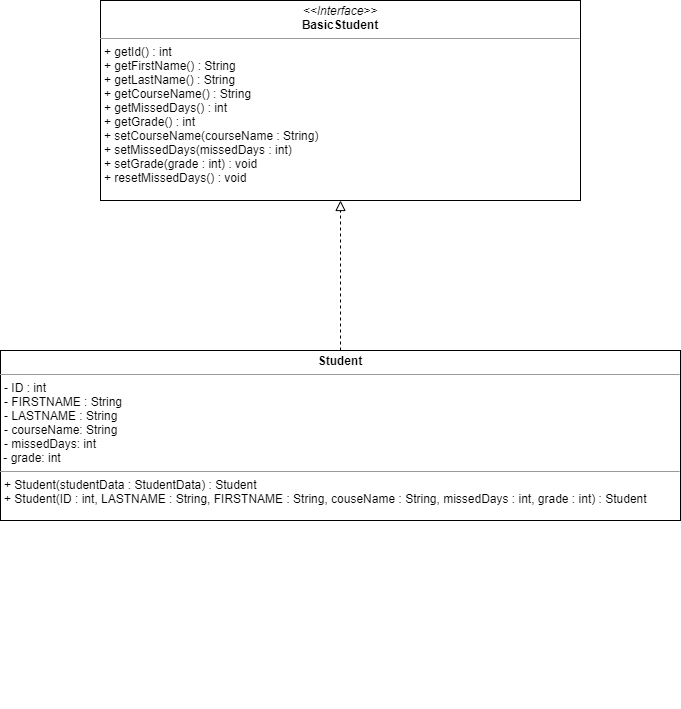
Before: Materialien/Vorbereitende Arbeiten/Modelle/UML_diagram.png, a diagram exported from draw.io (lorenzo381/ATdIT-Gruppe_3). Source tidied: cells renumbered, new cells last; positions are measured from the earlier drawing's top-left corner, leaving out a move shared by most shapes.
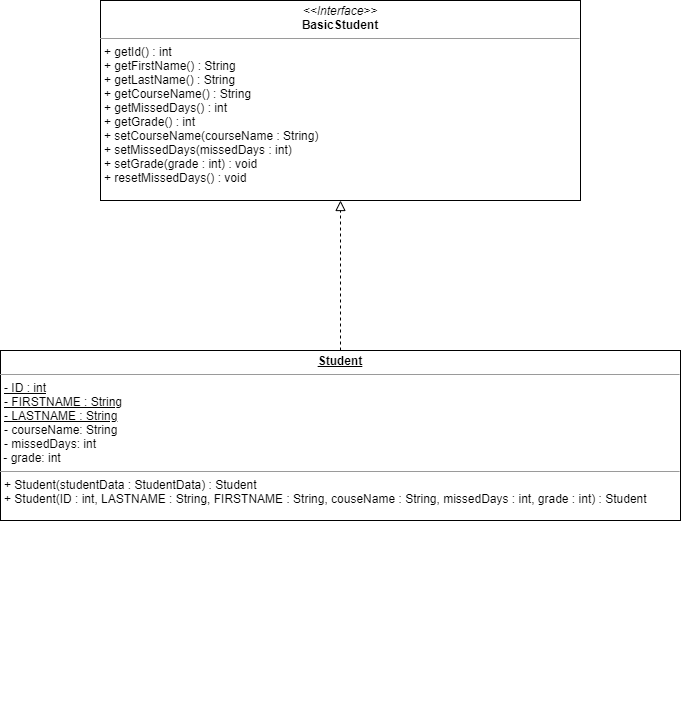
The same diagram one commit later.

The edit, as a diff of the source:
```diff
@@ -5,7 +5,7 @@
     <mxCell id="2" value="&lt;p style=&quot;margin: 0px ; margin-top: 4px ; text-align: center&quot;&gt;&lt;i&gt;&amp;lt;&amp;lt;Interface&amp;gt;&amp;gt;&lt;/i&gt;&lt;br&gt;&lt;b&gt;BasicStudent&lt;/b&gt;&lt;/p&gt;&lt;hr size=&quot;1&quot;&gt;&lt;p style=&quot;margin: 0px ; margin-left: 4px&quot;&gt;+ getId() : int&lt;br&gt;+ getFirstName() : String&lt;/p&gt;&lt;p style=&quot;margin: 0px ; margin-left: 4px&quot;&gt;+ getLastName() : String&lt;/p&gt;&lt;p style=&quot;margin: 0px ; margin-left: 4px&quot;&gt;+ getCourseName() : String&lt;br&gt;&lt;/p&gt;&lt;p style=&quot;margin: 0px ; margin-left: 4px&quot;&gt;+ getMissedDays() : int&lt;/p&gt;&lt;p style=&quot;margin: 0px ; margin-left: 4px&quot;&gt;+ getGrade() : int&lt;/p&gt;&lt;p style=&quot;margin: 0px ; margin-left: 4px&quot;&gt;+ setCourseName(courseName : String)&lt;/p&gt;&lt;p style=&quot;margin: 0px ; margin-left: 4px&quot;&gt;+ setMissedDays(missedDays : int)&lt;/p&gt;&lt;p style=&quot;margin: 0px ; margin-left: 4px&quot;&gt;+ setGrade(grade : int) : void&lt;/p&gt;&lt;p style=&quot;margin: 0px ; margin-left: 4px&quot;&gt;+ resetMissedDays() : void&lt;/p&gt;&lt;p style=&quot;margin: 0px ; margin-left: 4px&quot;&gt;&lt;br&gt;&lt;/p&gt;" style="verticalAlign=top;align=left;overflow=fill;fontSize=12;fontFamily=Helvetica;html=1;rounded=0;shadow=0;comic=0;labelBackgroundColor=none;strokeWidth=1;" parent="1" vertex="1">
       <mxGeometry x="100" width="480" height="200" as="geometry" />
     </mxCell>
-    <mxCell id="3" value="&lt;p style=&quot;margin: 0px ; margin-top: 4px ; text-align: center&quot;&gt;&lt;b&gt;Student&lt;/b&gt;&lt;/p&gt;&lt;hr size=&quot;1&quot;&gt;&lt;p style=&quot;margin: 0px ; margin-left: 4px&quot;&gt;- ID : int&lt;br&gt;- FIRSTNAME : String&lt;br&gt;&lt;/p&gt;&lt;p style=&quot;margin: 0px 0px 0px 4px&quot;&gt;- LASTNAME : String&lt;br&gt;&lt;/p&gt;&lt;p style=&quot;margin: 0px 0px 0px 4px&quot;&gt;- courseName: String&lt;br&gt;&lt;/p&gt;&lt;p style=&quot;margin: 0px 0px 0px 4px&quot;&gt;- missedDays: int&lt;br&gt;&lt;/p&gt;&lt;div&gt;&amp;nbsp;- grade: int&lt;br&gt;&lt;/div&gt;&lt;hr size=&quot;1&quot;&gt;&lt;p style=&quot;margin: 0px ; margin-left: 4px&quot;&gt;+ Student(studentData : StudentData) : Student&lt;br&gt;&lt;/p&gt;&lt;p style=&quot;margin: 0px ; margin-left: 4px&quot;&gt;+ Student(ID : int, LASTNAME : String, FIRSTNAME : String, couseName : String, missedDays : int, grade : int) : Student&lt;br&gt;&lt;/p&gt;" style="verticalAlign=top;align=left;overflow=fill;fontSize=12;fontFamily=Helvetica;html=1;rounded=0;shadow=0;comic=0;labelBackgroundColor=none;strokeWidth=1;" parent="1" vertex="1">
+    <mxCell id="3" value="&lt;p style=&quot;margin: 0px ; margin-top: 4px ; text-align: center&quot;&gt;&lt;b&gt;&lt;u&gt;Student&lt;/u&gt;&lt;/b&gt;&lt;/p&gt;&lt;hr size=&quot;1&quot;&gt;&lt;p style=&quot;margin: 0px ; margin-left: 4px&quot;&gt;&lt;u&gt;- ID : int&lt;br&gt;- FIRSTNAME : String&lt;br&gt;&lt;/u&gt;&lt;/p&gt;&lt;p style=&quot;margin: 0px 0px 0px 4px&quot;&gt;&lt;u&gt;- LASTNAME : String&lt;/u&gt;&lt;br&gt;&lt;/p&gt;&lt;p style=&quot;margin: 0px 0px 0px 4px&quot;&gt;- courseName: String&lt;br&gt;&lt;/p&gt;&lt;p style=&quot;margin: 0px 0px 0px 4px&quot;&gt;- missedDays: int&lt;br&gt;&lt;/p&gt;&lt;div&gt;&amp;nbsp;- grade: int&lt;br&gt;&lt;/div&gt;&lt;hr size=&quot;1&quot;&gt;&lt;p style=&quot;margin: 0px ; margin-left: 4px&quot;&gt;+ Student(studentData : StudentData) : Student&lt;br&gt;&lt;/p&gt;&lt;p style=&quot;margin: 0px ; margin-left: 4px&quot;&gt;+ Student(ID : int, LASTNAME : String, FIRSTNAME : String, couseName : String, missedDays : int, grade : int) : Student&lt;br&gt;&lt;/p&gt;" style="verticalAlign=top;align=left;overflow=fill;fontSize=12;fontFamily=Helvetica;html=1;rounded=0;shadow=0;comic=0;labelBackgroundColor=none;strokeWidth=1;" parent="1" vertex="1">
       <mxGeometry y="350" width="680" height="170" as="geometry" />
     </mxCell>
     <mxCell id="4" style="edgeStyle=orthogonalEdgeStyle;rounded=0;orthogonalLoop=1;jettySize=auto;html=1;exitX=0.5;exitY=1;exitDx=0;exitDy=0;" parent="1" edge="1">
```
